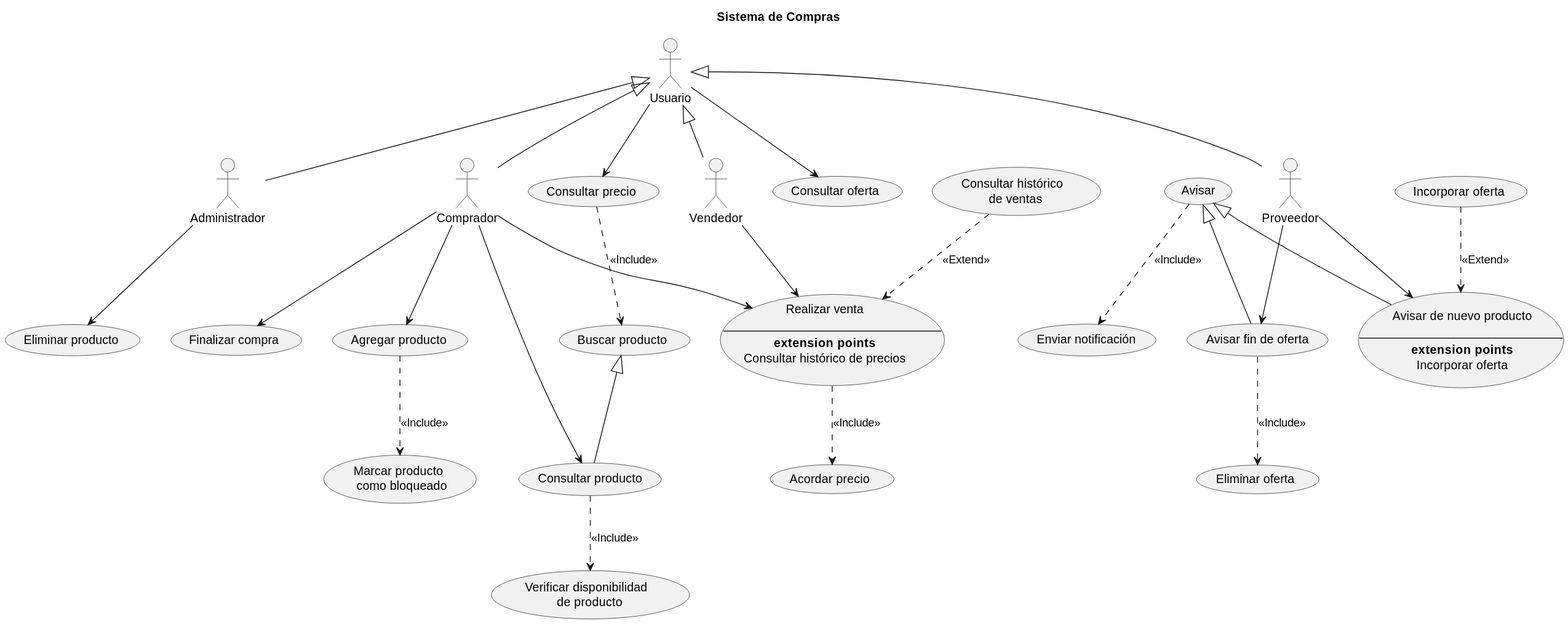
Earlier version of the PlantUML export LAB0/out/sistema_de_compras/sistema_de_compras.svg (emg842/INRE-UAL-ROJO-2022).
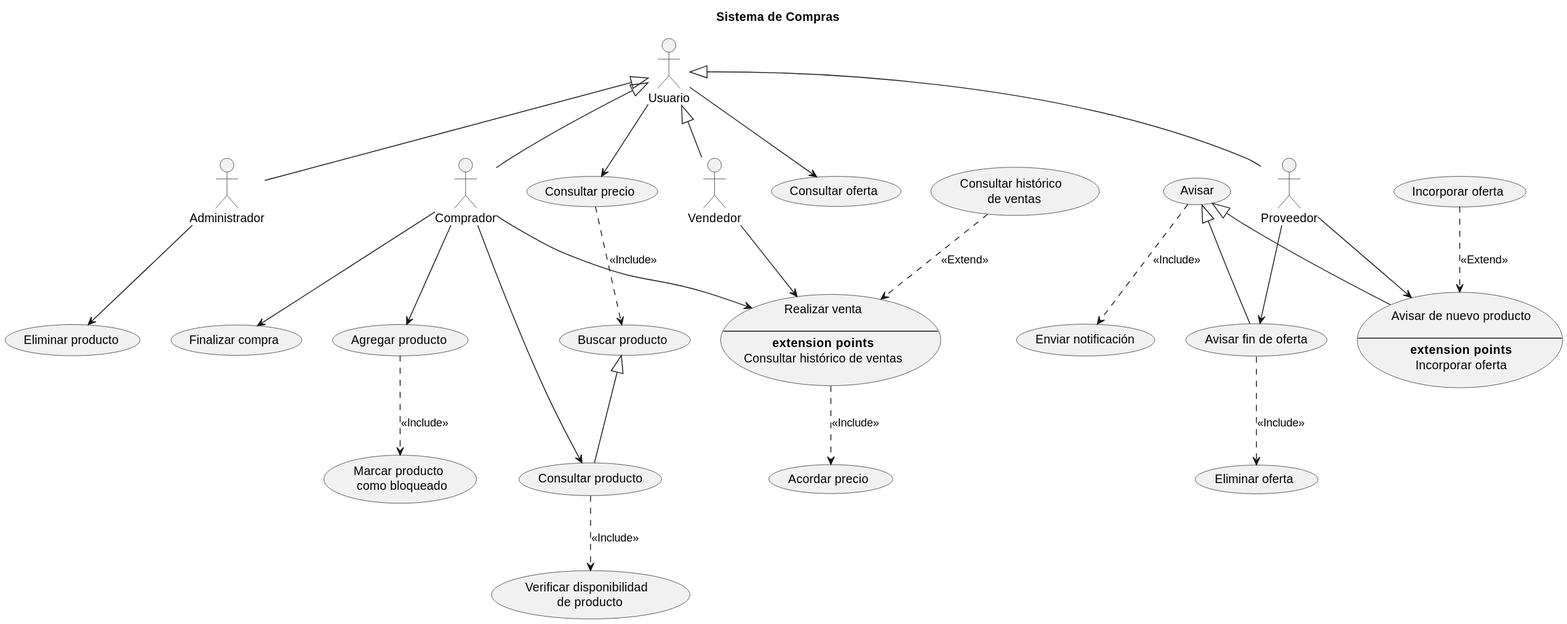
The same diagram one commit later.

Commit message:
arreglo detalle diagrama de casos de uso sistema de compras

The edit, as a diff of the source:
```diff
@@ -32,7 +32,7 @@
 
 --
 **extension points**
-Consultar histórico de precios"
+Consultar histórico de ventas"
 (Verificar disponibilidad \n de producto) as UC18
 
 A1 --> UC12
```
